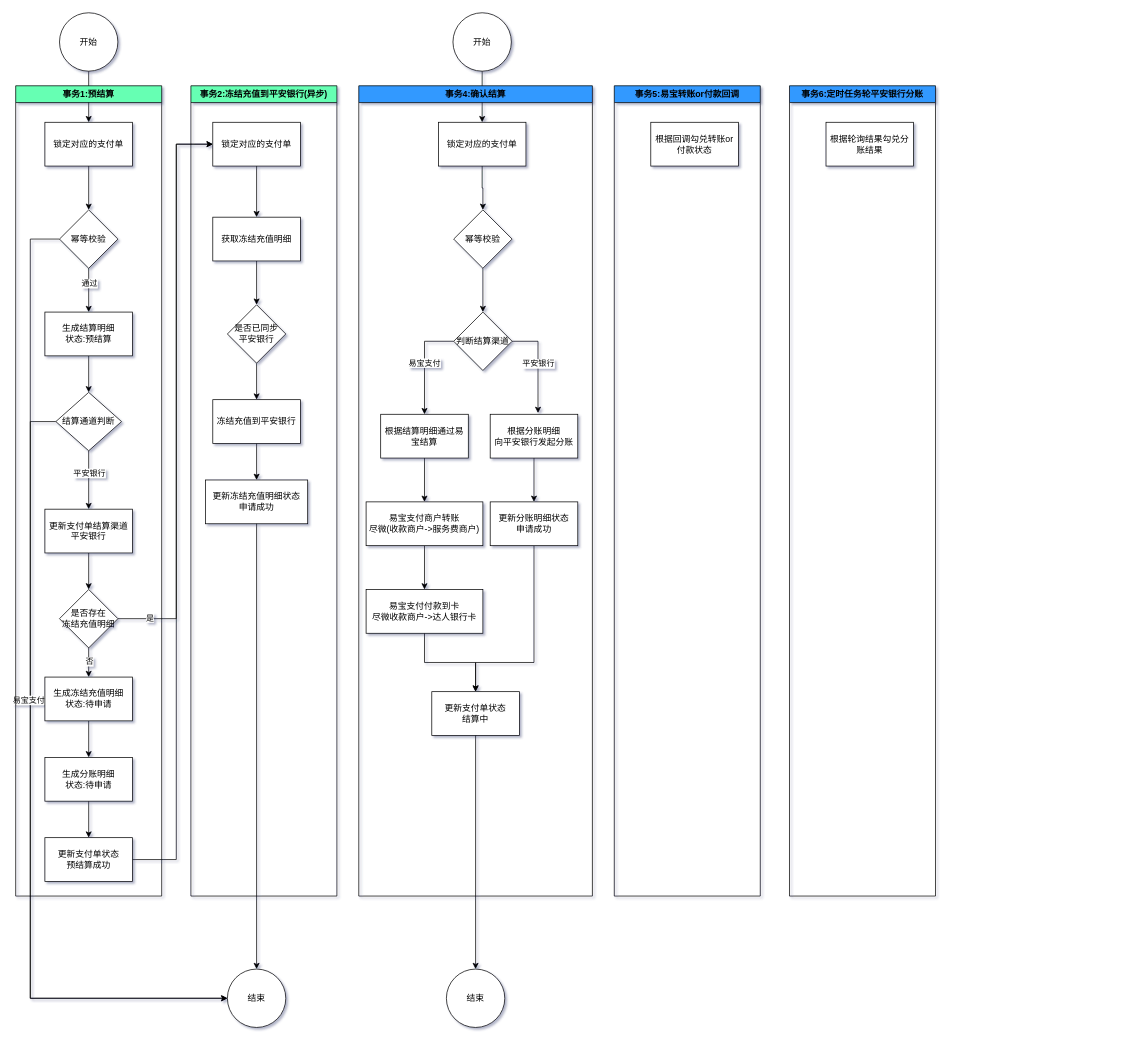
The draw.io diagram 合作订单结算流程.drawio in catface996/images, before the edit. Source tidied: cells renumbered, new cells numbered last; positions are measured from the earlier drawing's top-left corner, leaving out a move shared by most shapes. Both pictures are drawn from the tidied source at 73%, with x=0, y=0 at pixel (15, 12).
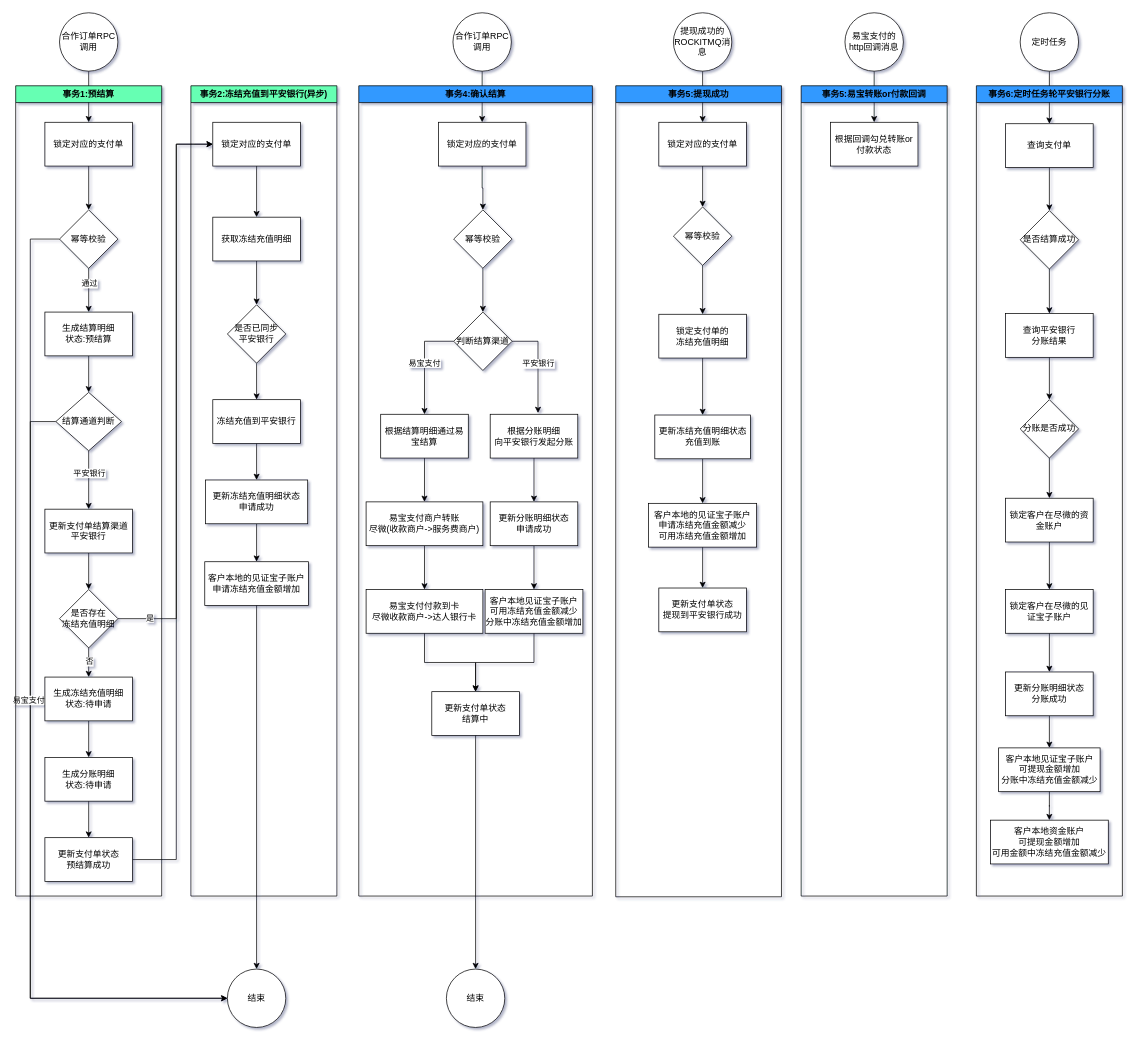
After the change.

Commit message:
更新合作订单结算流程.drawio

Unchanged cells that the change refers to:
```xml
<mxCell id="37" value="事务2:冻结充值到平安银行(异步)" style="swimlane;fillColor=#66FFB3;" parent="1" vertex="1">
  <mxGeometry x="240" y="100" width="200" height="1110" as="geometry" />
</mxCell>
<mxCell id="40" value="更新冻结充值明细状态&lt;br&gt;申请成功" style="rounded=0;whiteSpace=wrap;html=1;" parent="37" vertex="1">
  <mxGeometry x="20" y="540" width="140" height="60" as="geometry" />
</mxCell>
<mxCell id="41" value="结束" style="ellipse;whiteSpace=wrap;html=1;" parent="1" vertex="1">
  <mxGeometry x="290" y="1310" width="80" height="80" as="geometry" />
</mxCell>
<mxCell id="45" value="事务4:确认结算" style="swimlane;fillColor=#3399FF;" parent="1" vertex="1">
  <mxGeometry x="470" y="100" width="320" height="1110" as="geometry" />
</mxCell>
<mxCell id="49" value="更新分账明细状态&lt;br&gt;申请成功" style="rounded=0;whiteSpace=wrap;html=1;fillColor=#FFFFFF;" parent="45" vertex="1">
  <mxGeometry x="180" y="570" width="120" height="60" as="geometry" />
</mxCell>
<mxCell id="50" value="更新支付单状态&lt;br&gt;结算中" style="rounded=0;whiteSpace=wrap;html=1;fillColor=#FFFFFF;" parent="45" vertex="1">
  <mxGeometry x="100" y="830" width="120" height="60" as="geometry" />
</mxCell>
```

Diff of the diagram source:
```diff
@@
+    <mxCell id="70" style="edgeStyle=orthogonalEdgeStyle;rounded=0;jettySize=auto;html=1;entryX=0.5;entryY=0;entryDx=0;entryDy=0;" parent="1" edge="1" source="107" target="81">
+      <mxGeometry relative="1" as="geometry" />
+    </mxCell>
+    <mxCell id="71" style="edgeStyle=orthogonalEdgeStyle;rounded=0;jettySize=auto;html=1;entryX=0.5;entryY=0;entryDx=0;entryDy=0;" parent="1" edge="1" source="72" target="65">
+      <mxGeometry relative="1" as="geometry" />
+    </mxCell>
@@
+    <mxCell id="72" value="易宝支付的http回调消息" style="ellipse;whiteSpace=wrap;html=1;fillColor=#FFFFFF;" parent="1" vertex="1">
+      <mxGeometry x="1136" width="80" height="80" as="geometry" />
+    </mxCell>
-    <mxCell id="3" value="开始" style="ellipse;whiteSpace=wrap;html=1;" parent="1" vertex="1">
+    <mxCell id="3" value="合作订单RPC调用" style="ellipse;whiteSpace=wrap;html=1;" parent="1" vertex="1">
       <mxGeometry x="60" width="80" height="80" as="geometry" />
     </mxCell>
@@
+    <mxCell id="73" style="edgeStyle=orthogonalEdgeStyle;rounded=0;jettySize=auto;html=1;entryX=0.5;entryY=0;entryDx=0;entryDy=0;" parent="37" edge="1" source="40" target="74">
+      <mxGeometry relative="1" as="geometry" />
+    </mxCell>
@@
+    <mxCell id="74" value="客户本地的见证宝子账户&lt;br&gt;申请冻结充值金额增加" style="rounded=0;whiteSpace=wrap;html=1;fillColor=#FFFFFF;" parent="37" vertex="1">
+      <mxGeometry x="19" y="652" width="142" height="60" as="geometry" />
+    </mxCell>
@@
-    <mxCell id="42" style="edgeStyle=orthogonalEdgeStyle;rounded=0;jettySize=auto;html=1;entryX=0.5;entryY=0;entryDx=0;entryDy=0;" parent="1" edge="1" source="40" target="41">
+    <mxCell id="42" style="edgeStyle=orthogonalEdgeStyle;rounded=0;jettySize=auto;html=1;entryX=0.5;entryY=0;entryDx=0;entryDy=0;exitX=0.5;exitY=1;exitDx=0;exitDy=0;" parent="1" edge="1" source="74" target="41">
       <mxGeometry relative="1" as="geometry" />
     </mxCell>
@@
-    <mxCell id="44" value="开始" style="ellipse;whiteSpace=wrap;html=1;" parent="1" vertex="1">
+    <mxCell id="44" value="合作订单RPC调用" style="ellipse;whiteSpace=wrap;html=1;" parent="1" vertex="1">
       <mxGeometry x="599" width="80" height="80" as="geometry" />
     </mxCell>
@@
-    <mxCell id="48" style="edgeStyle=orthogonalEdgeStyle;rounded=0;jettySize=auto;html=1;entryX=0.5;entryY=0;entryDx=0;entryDy=0;" parent="45" edge="1" source="49" target="50">
+    <mxCell id="48" style="edgeStyle=orthogonalEdgeStyle;rounded=0;jettySize=auto;html=1;entryX=0.5;entryY=0;entryDx=0;entryDy=0;exitX=0.5;exitY=1;exitDx=0;exitDy=0;" parent="45" edge="1" source="76" target="50">
       <mxGeometry relative="1" as="geometry">
         <Array as="points">
           <mxPoint x="240" y="790" />
           <mxPoint x="160" y="790" />
         </Array>
       </mxGeometry>
     </mxCell>
+    <mxCell id="75" style="edgeStyle=orthogonalEdgeStyle;rounded=0;jettySize=auto;html=1;" parent="45" edge="1" source="49" target="76">
+      <mxGeometry relative="1" as="geometry" />
+    </mxCell>
@@
+    <mxCell id="76" value="客户本地见证宝子账户&lt;br&gt;可用冻结充值金额减少&lt;br&gt;分账中冻结充值金额增加" style="rounded=0;whiteSpace=wrap;html=1;fillColor=#FFFFFF;" parent="45" vertex="1">
+      <mxGeometry x="173" y="690" width="134" height="60" as="geometry" />
+    </mxCell>
+    <mxCell id="66" value="事务6:定时任务轮平安银行分账" style="swimlane;fillColor=#3399FF;" parent="1" vertex="1">
+      <mxGeometry x="1316" y="100" width="200" height="1110" as="geometry" />
+    </mxCell>
+    <mxCell id="77" style="edgeStyle=orthogonalEdgeStyle;rounded=0;jettySize=auto;html=1;entryX=0.5;entryY=0;entryDx=0;entryDy=0;" parent="66" edge="1" source="67" target="79">
+      <mxGeometry relative="1" as="geometry" />
+    </mxCell>
+    <mxCell id="67" value="锁定客户在尽微的资金账户" style="rounded=0;whiteSpace=wrap;html=1;fillColor=#FFFFFF;" parent="66" vertex="1">
+      <mxGeometry x="40" y="565" width="120" height="60" as="geometry" />
+    </mxCell>
+    <mxCell id="78" style="edgeStyle=orthogonalEdgeStyle;rounded=0;jettySize=auto;html=1;entryX=0.5;entryY=0;entryDx=0;entryDy=0;" parent="66" edge="1" source="79" target="89">
+      <mxGeometry relative="1" as="geometry" />
+    </mxCell>
+    <mxCell id="79" value="锁定客户在尽微的见证宝子账户" style="rounded=0;whiteSpace=wrap;html=1;fillColor=#FFFFFF;" parent="66" vertex="1">
+      <mxGeometry x="40" y="690" width="120" height="60" as="geometry" />
+    </mxCell>
+    <mxCell id="80" style="edgeStyle=orthogonalEdgeStyle;rounded=0;jettySize=auto;html=1;entryX=0.5;entryY=0;entryDx=0;entryDy=0;" parent="66" edge="1" source="81" target="83">
+      <mxGeometry relative="1" as="geometry" />
+    </mxCell>
+    <mxCell id="81" value="查询支付单" style="rounded=0;whiteSpace=wrap;html=1;fillColor=#FFFFFF;" parent="66" vertex="1">
+      <mxGeometry x="40" y="52" width="120" height="60" as="geometry" />
+    </mxCell>
+    <mxCell id="82" style="edgeStyle=orthogonalEdgeStyle;rounded=0;jettySize=auto;html=1;entryX=0.5;entryY=0;entryDx=0;entryDy=0;" parent="66" edge="1" source="83" target="85">
+      <mxGeometry relative="1" as="geometry" />
+    </mxCell>
+    <mxCell id="83" value="是否结算成功" style="rhombus;whiteSpace=wrap;html=1;fillColor=#FFFFFF;" parent="66" vertex="1">
+      <mxGeometry x="60" y="171" width="80" height="80" as="geometry" />
+    </mxCell>
+    <mxCell id="84" style="edgeStyle=orthogonalEdgeStyle;rounded=0;jettySize=auto;html=1;entryX=0.5;entryY=0;entryDx=0;entryDy=0;" parent="66" edge="1" source="85" target="87">
+      <mxGeometry relative="1" as="geometry" />
+    </mxCell>
+    <mxCell id="85" value="查询平安银行&lt;br&gt;分账结果" style="rounded=0;whiteSpace=wrap;html=1;fillColor=#FFFFFF;" parent="66" vertex="1">
+      <mxGeometry x="40" y="312" width="120" height="60" as="geometry" />
+    </mxCell>
+    <mxCell id="86" style="edgeStyle=orthogonalEdgeStyle;rounded=0;jettySize=auto;html=1;entryX=0.5;entryY=0;entryDx=0;entryDy=0;" parent="66" edge="1" source="87" target="67">
+      <mxGeometry relative="1" as="geometry" />
+    </mxCell>
+    <mxCell id="87" value="分账是否成功" style="rhombus;whiteSpace=wrap;html=1;fillColor=#FFFFFF;" parent="66" vertex="1">
+      <mxGeometry x="60" y="430" width="80" height="80" as="geometry" />
+    </mxCell>
+    <mxCell id="88" style="edgeStyle=orthogonalEdgeStyle;rounded=0;jettySize=auto;html=1;" parent="66" edge="1" source="89" target="90">
+      <mxGeometry relative="1" as="geometry" />
+    </mxCell>
+    <mxCell id="89" value="更新分账明细状态&lt;br&gt;分账成功" style="rounded=0;whiteSpace=wrap;html=1;fillColor=#FFFFFF;" parent="66" vertex="1">
+      <mxGeometry x="40" y="803" width="120" height="60" as="geometry" />
+    </mxCell>
+    <mxCell id="90" value="客户本地见证宝子账户&lt;br&gt;可提现金额增加&lt;br&gt;分账中冻结充值金额减少" style="rounded=0;whiteSpace=wrap;html=1;fillColor=#FFFFFF;" parent="66" vertex="1">
+      <mxGeometry x="30.5" y="907" width="139" height="60" as="geometry" />
+    </mxCell>
+    <mxCell id="91" value="客户本地资金账户&lt;br&gt;可提现金额增加&lt;br&gt;可用金额中冻结充值金额减少" style="rounded=0;whiteSpace=wrap;html=1;fillColor=#FFFFFF;" parent="66" vertex="1">
+      <mxGeometry x="19.2" y="1006" width="161.5" height="60" as="geometry" />
+    </mxCell>
+    <mxCell id="92" style="edgeStyle=orthogonalEdgeStyle;rounded=0;jettySize=auto;html=1;entryX=0.5;entryY=0;entryDx=0;entryDy=0;" parent="66" edge="1" source="90" target="91">
+      <mxGeometry relative="1" as="geometry" />
+    </mxCell>
+    <mxCell id="68" value="结束" style="ellipse;whiteSpace=wrap;html=1;" parent="1" vertex="1">
+      <mxGeometry x="590" y="1310" width="80" height="80" as="geometry" />
+    </mxCell>
     <mxCell id="64" value="事务5:易宝转账or付款回调" style="swimlane;fillColor=#3399FF;" parent="1" vertex="1">
-      <mxGeometry x="820" y="100" width="200" height="1110" as="geometry" />
+      <mxGeometry x="1076" y="100" width="200" height="1110" as="geometry" />
     </mxCell>
     <mxCell id="65" value="根据回调勾兑转账or付款状态" style="rounded=0;whiteSpace=wrap;html=1;fillColor=#FFFFFF;" parent="64" vertex="1">
-      <mxGeometry x="50" y="50" width="120" height="60" as="geometry" />
+      <mxGeometry x="40" y="50" width="120" height="60" as="geometry" />
     </mxCell>
-    <mxCell id="66" value="事务6:定时任务轮平安银行分账" style="swimlane;fillColor=#3399FF;" parent="1" vertex="1">
-      <mxGeometry x="1060" y="100" width="200" height="1110" as="geometry" />
-    </mxCell>
-    <mxCell id="67" value="根据轮询结果勾兑分账结果" style="rounded=0;whiteSpace=wrap;html=1;fillColor=#FFFFFF;" parent="66" vertex="1">
-      <mxGeometry x="50" y="50" width="120" height="60" as="geometry" />
-    </mxCell>
-    <mxCell id="68" value="结束" style="ellipse;whiteSpace=wrap;html=1;" parent="1" vertex="1">
-      <mxGeometry x="590" y="1310" width="80" height="80" as="geometry" />
-    </mxCell>
@@
+    <mxCell id="93" style="edgeStyle=orthogonalEdgeStyle;rounded=0;jettySize=auto;html=1;entryX=0.5;entryY=0;entryDx=0;entryDy=0;" parent="1" edge="1" source="94" target="96">
+      <mxGeometry relative="1" as="geometry" />
+    </mxCell>
+    <mxCell id="94" value="锁定对应的支付单" style="rounded=0;whiteSpace=wrap;html=1;fillColor=#FFFFFF;" parent="1" vertex="1">
+      <mxGeometry x="881" y="150" width="120" height="60" as="geometry" />
+    </mxCell>
+    <mxCell id="95" style="edgeStyle=orthogonalEdgeStyle;rounded=0;jettySize=auto;html=1;" parent="1" edge="1" source="96" target="98">
+      <mxGeometry relative="1" as="geometry" />
+    </mxCell>
+    <mxCell id="96" value="幂等校验" style="rhombus;whiteSpace=wrap;html=1;fillColor=#FFFFFF;" parent="1" vertex="1">
+      <mxGeometry x="901" y="266" width="80" height="80" as="geometry" />
+    </mxCell>
+    <mxCell id="97" style="edgeStyle=orthogonalEdgeStyle;rounded=0;jettySize=auto;html=1;entryX=0.5;entryY=0;entryDx=0;entryDy=0;" parent="1" edge="1" source="98" target="100">
+      <mxGeometry relative="1" as="geometry" />
+    </mxCell>
+    <mxCell id="98" value="锁定支付单的&lt;br&gt;冻结充值明细" style="rounded=0;whiteSpace=wrap;html=1;fillColor=#FFFFFF;" parent="1" vertex="1">
+      <mxGeometry x="881" y="413" width="120" height="60" as="geometry" />
+    </mxCell>
+    <mxCell id="99" style="edgeStyle=orthogonalEdgeStyle;rounded=0;jettySize=auto;html=1;entryX=0.5;entryY=0;entryDx=0;entryDy=0;" parent="1" edge="1" source="100" target="102">
+      <mxGeometry relative="1" as="geometry" />
+    </mxCell>
+    <mxCell id="100" value="更新冻结充值明细状态&lt;br&gt;充值到账" style="rounded=0;whiteSpace=wrap;html=1;fillColor=#FFFFFF;" parent="1" vertex="1">
+      <mxGeometry x="875.5" y="551" width="131" height="60" as="geometry" />
+    </mxCell>
+    <mxCell id="101" style="edgeStyle=orthogonalEdgeStyle;rounded=0;jettySize=auto;html=1;" parent="1" edge="1" source="102" target="103">
+      <mxGeometry relative="1" as="geometry" />
+    </mxCell>
+    <mxCell id="102" value="客户本地的见证宝子账户&lt;br&gt;申请冻结充值金额减少&lt;br&gt;可用冻结充值金额增加" style="rounded=0;whiteSpace=wrap;html=1;fillColor=#FFFFFF;" parent="1" vertex="1">
+      <mxGeometry x="867" y="672" width="148" height="60" as="geometry" />
+    </mxCell>
+    <mxCell id="103" value="更新支付单状态&lt;br&gt;提现到平安银行成功" style="rounded=0;whiteSpace=wrap;html=1;fillColor=#FFFFFF;" parent="1" vertex="1">
+      <mxGeometry x="881" y="788" width="120" height="60" as="geometry" />
+    </mxCell>
+    <mxCell id="104" style="edgeStyle=orthogonalEdgeStyle;rounded=0;jettySize=auto;html=1;entryX=0.5;entryY=0;entryDx=0;entryDy=0;" parent="1" edge="1" source="106" target="94">
+      <mxGeometry relative="1" as="geometry" />
+    </mxCell>
+    <mxCell id="105" value="事务5:提现成功" style="swimlane;fillColor=#3399FF;" parent="1" vertex="1">
+      <mxGeometry x="822" y="100" width="227" height="1111" as="geometry" />
+    </mxCell>
+    <mxCell id="106" value="提现成功的ROCKITMQ消息" style="ellipse;whiteSpace=wrap;html=1;" parent="1" vertex="1">
+      <mxGeometry x="901" width="80" height="80" as="geometry" />
+    </mxCell>
+    <mxCell id="107" value="定时任务" style="ellipse;whiteSpace=wrap;html=1;fillColor=#FFFFFF;" parent="1" vertex="1">
+      <mxGeometry x="1376" width="80" height="80" as="geometry" />
+    </mxCell>
```
